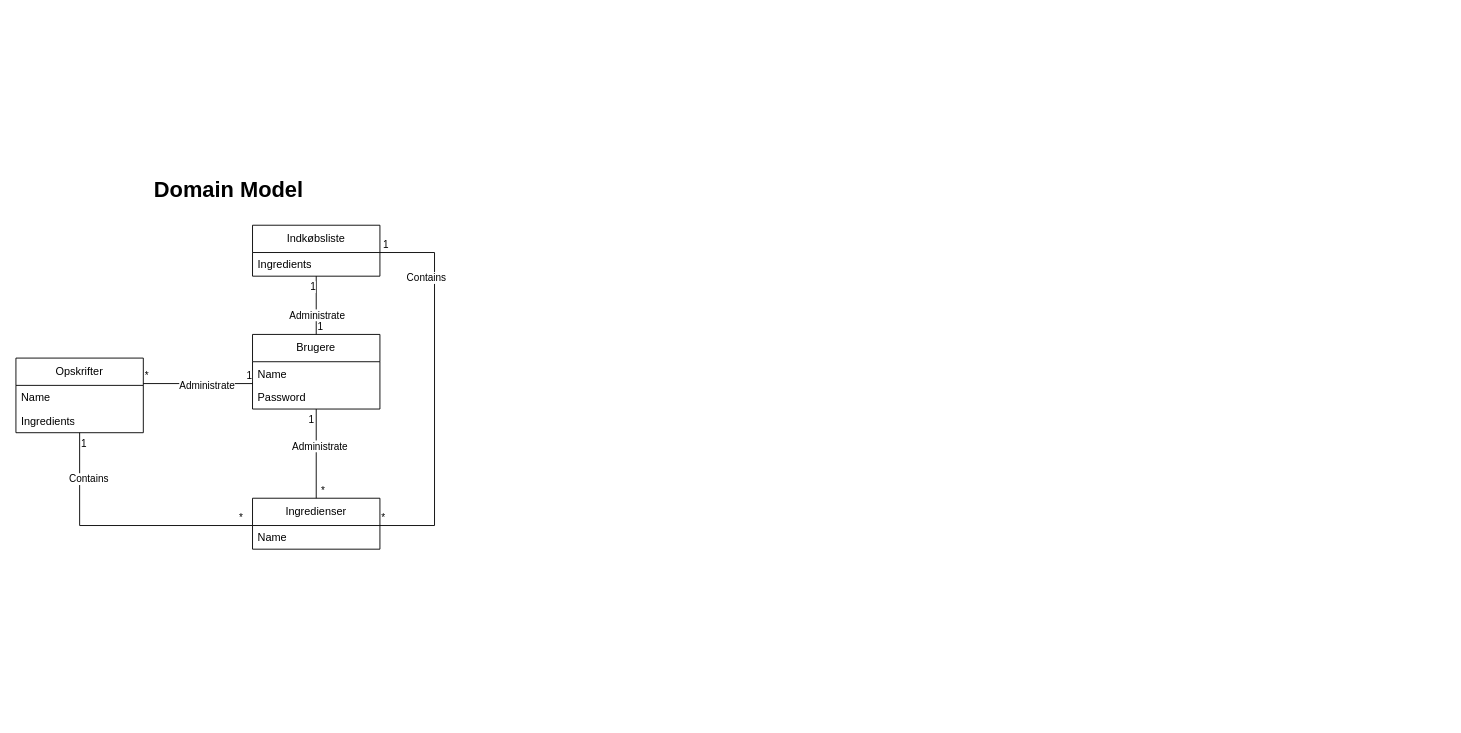
Earlier version of the draw.io diagram HandleLetDomain.drawio (JaisAndersen/HandleLet). Source tidied: cells renumbered, new cells numbered last; positions are measured from the earlier drawing's top-left corner, leaving out a move shared by most shapes. Both pictures are drawn from the tidied source at 91%, with x=0, y=0 at pixel (15, 170).
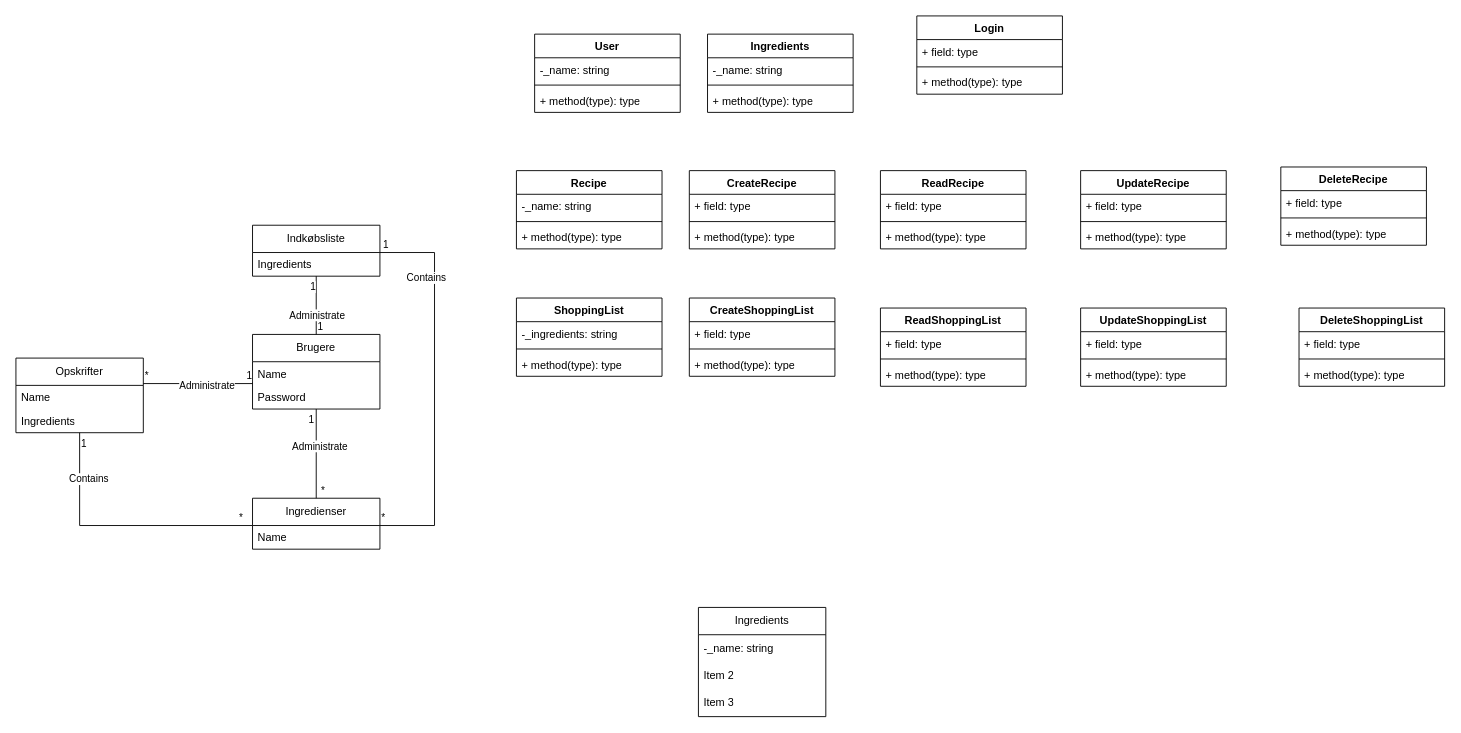
After the change.

What changed in the source:
```diff
@@
-    <mxCell id="32" value="&lt;h1 style=&quot;margin-top: 0px;&quot;&gt;Domain Model&lt;/h1&gt;" style="text;html=1;whiteSpace=wrap;overflow=hidden;rounded=0;" parent="1" vertex="1">
-      <mxGeometry x="150" width="180" height="50" as="geometry" />
-    </mxCell>
+    <mxCell id="33" value="Ingredients" style="swimlane;fontStyle=0;horizontal=1;startSize=30;whiteSpace=wrap;html=1;" parent="1" vertex="1">
+      <mxGeometry x="750" y="480" width="140" height="120" as="geometry" />
+    </mxCell>
+    <mxCell id="34" value="-_name: string" style="text;strokeColor=none;fillColor=none;align=left;verticalAlign=middle;spacingLeft=4;spacingRight=4;overflow=hidden;whiteSpace=wrap;html=1;" parent="33" vertex="1">
+      <mxGeometry y="30" width="140" height="30" as="geometry" />
+    </mxCell>
+    <mxCell id="35" value="Item 2" style="text;strokeColor=none;fillColor=none;align=left;verticalAlign=middle;spacingLeft=4;spacingRight=4;overflow=hidden;whiteSpace=wrap;html=1;" parent="33" vertex="1">
+      <mxGeometry y="60" width="140" height="30" as="geometry" />
+    </mxCell>
+    <mxCell id="36" value="Item 3" style="text;strokeColor=none;fillColor=none;align=left;verticalAlign=middle;spacingLeft=4;spacingRight=4;overflow=hidden;whiteSpace=wrap;html=1;" parent="33" vertex="1">
+      <mxGeometry y="90" width="140" height="30" as="geometry" />
+    </mxCell>
+    <mxCell id="37" value="CreateRecipe" style="swimlane;fontStyle=1;align=center;verticalAlign=top;horizontal=1;startSize=26;whiteSpace=wrap;html=1;" parent="1" vertex="1">
+      <mxGeometry x="740" width="160" height="86" as="geometry" />
+    </mxCell>
+    <mxCell id="38" value="+ field: type" style="text;strokeColor=none;fillColor=none;align=left;verticalAlign=top;spacingLeft=4;spacingRight=4;overflow=hidden;whiteSpace=wrap;html=1;" parent="37" vertex="1">
+      <mxGeometry y="26" width="160" height="26" as="geometry" />
+    </mxCell>
+    <mxCell id="39" style="line;strokeWidth=1;fillColor=none;align=left;verticalAlign=middle;spacingTop=-1;spacingLeft=3;spacingRight=3;labelPosition=right;strokeColor=inherit;" parent="37" vertex="1">
+      <mxGeometry y="52" width="160" height="8" as="geometry" />
+    </mxCell>
+    <mxCell id="40" value="+ method(type): type" style="text;strokeColor=none;fillColor=none;align=left;verticalAlign=top;spacingLeft=4;spacingRight=4;overflow=hidden;whiteSpace=wrap;html=1;" parent="37" vertex="1">
+      <mxGeometry y="60" width="160" height="26" as="geometry" />
+    </mxCell>
+    <mxCell id="41" value="ReadRecipe" style="swimlane;fontStyle=1;align=center;verticalAlign=top;horizontal=1;startSize=26;whiteSpace=wrap;html=1;" parent="1" vertex="1">
+      <mxGeometry x="950" width="160" height="86" as="geometry" />
+    </mxCell>
+    <mxCell id="42" value="+ field: type" style="text;strokeColor=none;fillColor=none;align=left;verticalAlign=top;spacingLeft=4;spacingRight=4;overflow=hidden;whiteSpace=wrap;html=1;" parent="41" vertex="1">
+      <mxGeometry y="26" width="160" height="26" as="geometry" />
+    </mxCell>
+    <mxCell id="43" style="line;strokeWidth=1;fillColor=none;align=left;verticalAlign=middle;spacingTop=-1;spacingLeft=3;spacingRight=3;labelPosition=right;strokeColor=inherit;" parent="41" vertex="1">
+      <mxGeometry y="52" width="160" height="8" as="geometry" />
+    </mxCell>
+    <mxCell id="44" value="+ method(type): type" style="text;strokeColor=none;fillColor=none;align=left;verticalAlign=top;spacingLeft=4;spacingRight=4;overflow=hidden;whiteSpace=wrap;html=1;" parent="41" vertex="1">
+      <mxGeometry y="60" width="160" height="26" as="geometry" />
+    </mxCell>
+    <mxCell id="45" value="UpdateRecipe" style="swimlane;fontStyle=1;align=center;verticalAlign=top;horizontal=1;startSize=26;whiteSpace=wrap;html=1;" parent="1" vertex="1">
+      <mxGeometry x="1170" width="160" height="86" as="geometry" />
+    </mxCell>
+    <mxCell id="46" value="+ field: type" style="text;strokeColor=none;fillColor=none;align=left;verticalAlign=top;spacingLeft=4;spacingRight=4;overflow=hidden;whiteSpace=wrap;html=1;" parent="45" vertex="1">
+      <mxGeometry y="26" width="160" height="26" as="geometry" />
+    </mxCell>
+    <mxCell id="47" style="line;strokeWidth=1;fillColor=none;align=left;verticalAlign=middle;spacingTop=-1;spacingLeft=3;spacingRight=3;labelPosition=right;strokeColor=inherit;" parent="45" vertex="1">
+      <mxGeometry y="52" width="160" height="8" as="geometry" />
+    </mxCell>
+    <mxCell id="48" value="+ method(type): type" style="text;strokeColor=none;fillColor=none;align=left;verticalAlign=top;spacingLeft=4;spacingRight=4;overflow=hidden;whiteSpace=wrap;html=1;" parent="45" vertex="1">
+      <mxGeometry y="60" width="160" height="26" as="geometry" />
+    </mxCell>
+    <mxCell id="49" value="DeleteRecipe" style="swimlane;fontStyle=1;align=center;verticalAlign=top;horizontal=1;startSize=26;whiteSpace=wrap;html=1;" parent="1" vertex="1">
+      <mxGeometry x="1390" y="-4" width="160" height="86" as="geometry" />
+    </mxCell>
+    <mxCell id="50" value="+ field: type" style="text;strokeColor=none;fillColor=none;align=left;verticalAlign=top;spacingLeft=4;spacingRight=4;overflow=hidden;whiteSpace=wrap;html=1;" parent="49" vertex="1">
+      <mxGeometry y="26" width="160" height="26" as="geometry" />
+    </mxCell>
+    <mxCell id="51" style="line;strokeWidth=1;fillColor=none;align=left;verticalAlign=middle;spacingTop=-1;spacingLeft=3;spacingRight=3;labelPosition=right;strokeColor=inherit;" parent="49" vertex="1">
+      <mxGeometry y="52" width="160" height="8" as="geometry" />
+    </mxCell>
+    <mxCell id="52" value="+ method(type): type" style="text;strokeColor=none;fillColor=none;align=left;verticalAlign=top;spacingLeft=4;spacingRight=4;overflow=hidden;whiteSpace=wrap;html=1;" parent="49" vertex="1">
+      <mxGeometry y="60" width="160" height="26" as="geometry" />
+    </mxCell>
+    <mxCell id="53" value="CreateShoppingList" style="swimlane;fontStyle=1;align=center;verticalAlign=top;horizontal=1;startSize=26;whiteSpace=wrap;html=1;" parent="1" vertex="1">
+      <mxGeometry x="740" y="140" width="160" height="86" as="geometry" />
+    </mxCell>
+    <mxCell id="54" value="+ field: type" style="text;strokeColor=none;fillColor=none;align=left;verticalAlign=top;spacingLeft=4;spacingRight=4;overflow=hidden;whiteSpace=wrap;html=1;" parent="53" vertex="1">
+      <mxGeometry y="26" width="160" height="26" as="geometry" />
+    </mxCell>
+    <mxCell id="55" style="line;strokeWidth=1;fillColor=none;align=left;verticalAlign=middle;spacingTop=-1;spacingLeft=3;spacingRight=3;labelPosition=right;strokeColor=inherit;" parent="53" vertex="1">
+      <mxGeometry y="52" width="160" height="8" as="geometry" />
+    </mxCell>
+    <mxCell id="56" value="+ method(type): type" style="text;strokeColor=none;fillColor=none;align=left;verticalAlign=top;spacingLeft=4;spacingRight=4;overflow=hidden;whiteSpace=wrap;html=1;" parent="53" vertex="1">
+      <mxGeometry y="60" width="160" height="26" as="geometry" />
+    </mxCell>
+    <mxCell id="57" value="ReadShoppingList" style="swimlane;fontStyle=1;align=center;verticalAlign=top;horizontal=1;startSize=26;whiteSpace=wrap;html=1;" parent="1" vertex="1">
+      <mxGeometry x="950" y="151" width="160" height="86" as="geometry" />
+    </mxCell>
+    <mxCell id="58" value="+ field: type" style="text;strokeColor=none;fillColor=none;align=left;verticalAlign=top;spacingLeft=4;spacingRight=4;overflow=hidden;whiteSpace=wrap;html=1;" parent="57" vertex="1">
+      <mxGeometry y="26" width="160" height="26" as="geometry" />
+    </mxCell>
+    <mxCell id="59" style="line;strokeWidth=1;fillColor=none;align=left;verticalAlign=middle;spacingTop=-1;spacingLeft=3;spacingRight=3;labelPosition=right;strokeColor=inherit;" parent="57" vertex="1">
+      <mxGeometry y="52" width="160" height="8" as="geometry" />
+    </mxCell>
+    <mxCell id="60" value="+ method(type): type" style="text;strokeColor=none;fillColor=none;align=left;verticalAlign=top;spacingLeft=4;spacingRight=4;overflow=hidden;whiteSpace=wrap;html=1;" parent="57" vertex="1">
+      <mxGeometry y="60" width="160" height="26" as="geometry" />
+    </mxCell>
+    <mxCell id="61" value="UpdateShoppingList" style="swimlane;fontStyle=1;align=center;verticalAlign=top;horizontal=1;startSize=26;whiteSpace=wrap;html=1;" parent="1" vertex="1">
+      <mxGeometry x="1170" y="151" width="160" height="86" as="geometry" />
+    </mxCell>
+    <mxCell id="62" value="+ field: type" style="text;strokeColor=none;fillColor=none;align=left;verticalAlign=top;spacingLeft=4;spacingRight=4;overflow=hidden;whiteSpace=wrap;html=1;" parent="61" vertex="1">
+      <mxGeometry y="26" width="160" height="26" as="geometry" />
+    </mxCell>
+    <mxCell id="63" style="line;strokeWidth=1;fillColor=none;align=left;verticalAlign=middle;spacingTop=-1;spacingLeft=3;spacingRight=3;labelPosition=right;strokeColor=inherit;" parent="61" vertex="1">
+      <mxGeometry y="52" width="160" height="8" as="geometry" />
+    </mxCell>
+    <mxCell id="64" value="+ method(type): type" style="text;strokeColor=none;fillColor=none;align=left;verticalAlign=top;spacingLeft=4;spacingRight=4;overflow=hidden;whiteSpace=wrap;html=1;" parent="61" vertex="1">
+      <mxGeometry y="60" width="160" height="26" as="geometry" />
+    </mxCell>
+    <mxCell id="65" value="DeleteShoppingList" style="swimlane;fontStyle=1;align=center;verticalAlign=top;horizontal=1;startSize=26;whiteSpace=wrap;html=1;" parent="1" vertex="1">
+      <mxGeometry x="1410" y="151" width="160" height="86" as="geometry" />
+    </mxCell>
+    <mxCell id="66" value="+ field: type" style="text;strokeColor=none;fillColor=none;align=left;verticalAlign=top;spacingLeft=4;spacingRight=4;overflow=hidden;whiteSpace=wrap;html=1;" parent="65" vertex="1">
+      <mxGeometry y="26" width="160" height="26" as="geometry" />
+    </mxCell>
+    <mxCell id="67" style="line;strokeWidth=1;fillColor=none;align=left;verticalAlign=middle;spacingTop=-1;spacingLeft=3;spacingRight=3;labelPosition=right;strokeColor=inherit;" parent="65" vertex="1">
+      <mxGeometry y="52" width="160" height="8" as="geometry" />
+    </mxCell>
+    <mxCell id="68" value="+ method(type): type" style="text;strokeColor=none;fillColor=none;align=left;verticalAlign=top;spacingLeft=4;spacingRight=4;overflow=hidden;whiteSpace=wrap;html=1;" parent="65" vertex="1">
+      <mxGeometry y="60" width="160" height="26" as="geometry" />
+    </mxCell>
+    <mxCell id="69" value="User" style="swimlane;fontStyle=1;align=center;verticalAlign=top;horizontal=1;startSize=26;whiteSpace=wrap;html=1;" parent="1" vertex="1">
+      <mxGeometry x="570" y="-150" width="160" height="86" as="geometry" />
+    </mxCell>
+    <mxCell id="70" value="&lt;div&gt;-_name: string&lt;/div&gt;&lt;div&gt;&lt;br&gt;&lt;/div&gt;" style="text;strokeColor=none;fillColor=none;align=left;verticalAlign=top;spacingLeft=4;spacingRight=4;overflow=hidden;whiteSpace=wrap;html=1;" parent="69" vertex="1">
+      <mxGeometry y="26" width="160" height="26" as="geometry" />
+    </mxCell>
+    <mxCell id="71" style="line;strokeWidth=1;fillColor=none;align=left;verticalAlign=middle;spacingTop=-1;spacingLeft=3;spacingRight=3;labelPosition=right;strokeColor=inherit;" parent="69" vertex="1">
+      <mxGeometry y="52" width="160" height="8" as="geometry" />
+    </mxCell>
+    <mxCell id="72" value="+ method(type): type" style="text;strokeColor=none;fillColor=none;align=left;verticalAlign=top;spacingLeft=4;spacingRight=4;overflow=hidden;whiteSpace=wrap;html=1;" parent="69" vertex="1">
+      <mxGeometry y="60" width="160" height="26" as="geometry" />
+    </mxCell>
+    <mxCell id="73" value="Ingredients" style="swimlane;fontStyle=1;align=center;verticalAlign=top;horizontal=1;startSize=26;whiteSpace=wrap;html=1;" parent="1" vertex="1">
+      <mxGeometry x="760" y="-150" width="160" height="86" as="geometry" />
+    </mxCell>
+    <mxCell id="74" value="-_name: string" style="text;strokeColor=none;fillColor=none;align=left;verticalAlign=top;spacingLeft=4;spacingRight=4;overflow=hidden;whiteSpace=wrap;html=1;" parent="73" vertex="1">
+      <mxGeometry y="26" width="160" height="26" as="geometry" />
+    </mxCell>
+    <mxCell id="75" style="line;strokeWidth=1;fillColor=none;align=left;verticalAlign=middle;spacingTop=-1;spacingLeft=3;spacingRight=3;labelPosition=right;strokeColor=inherit;" parent="73" vertex="1">
+      <mxGeometry y="52" width="160" height="8" as="geometry" />
+    </mxCell>
+    <mxCell id="76" value="+ method(type): type" style="text;strokeColor=none;fillColor=none;align=left;verticalAlign=top;spacingLeft=4;spacingRight=4;overflow=hidden;whiteSpace=wrap;html=1;" parent="73" vertex="1">
+      <mxGeometry y="60" width="160" height="26" as="geometry" />
+    </mxCell>
+    <mxCell id="77" value="ShoppingList" style="swimlane;fontStyle=1;align=center;verticalAlign=top;horizontal=1;startSize=26;whiteSpace=wrap;html=1;" parent="1" vertex="1">
+      <mxGeometry x="550" y="140" width="160" height="86" as="geometry" />
+    </mxCell>
+    <mxCell id="78" value="-_ingredients: string" style="text;strokeColor=none;fillColor=none;align=left;verticalAlign=top;spacingLeft=4;spacingRight=4;overflow=hidden;whiteSpace=wrap;html=1;" parent="77" vertex="1">
+      <mxGeometry y="26" width="160" height="26" as="geometry" />
+    </mxCell>
+    <mxCell id="79" style="line;strokeWidth=1;fillColor=none;align=left;verticalAlign=middle;spacingTop=-1;spacingLeft=3;spacingRight=3;labelPosition=right;strokeColor=inherit;" parent="77" vertex="1">
+      <mxGeometry y="52" width="160" height="8" as="geometry" />
+    </mxCell>
+    <mxCell id="80" value="+ method(type): type" style="text;strokeColor=none;fillColor=none;align=left;verticalAlign=top;spacingLeft=4;spacingRight=4;overflow=hidden;whiteSpace=wrap;html=1;" parent="77" vertex="1">
+      <mxGeometry y="60" width="160" height="26" as="geometry" />
+    </mxCell>
+    <mxCell id="81" value="Recipe" style="swimlane;fontStyle=1;align=center;verticalAlign=top;horizontal=1;startSize=26;whiteSpace=wrap;html=1;" parent="1" vertex="1">
+      <mxGeometry x="550" width="160" height="86" as="geometry" />
+    </mxCell>
+    <mxCell id="82" value="-_name: string" style="text;strokeColor=none;fillColor=none;align=left;verticalAlign=top;spacingLeft=4;spacingRight=4;overflow=hidden;whiteSpace=wrap;html=1;" parent="81" vertex="1">
+      <mxGeometry y="26" width="160" height="26" as="geometry" />
+    </mxCell>
+    <mxCell id="83" style="line;strokeWidth=1;fillColor=none;align=left;verticalAlign=middle;spacingTop=-1;spacingLeft=3;spacingRight=3;labelPosition=right;strokeColor=inherit;" parent="81" vertex="1">
+      <mxGeometry y="52" width="160" height="8" as="geometry" />
+    </mxCell>
+    <mxCell id="84" value="+ method(type): type" style="text;strokeColor=none;fillColor=none;align=left;verticalAlign=top;spacingLeft=4;spacingRight=4;overflow=hidden;whiteSpace=wrap;html=1;" parent="81" vertex="1">
+      <mxGeometry y="60" width="160" height="26" as="geometry" />
+    </mxCell>
+    <mxCell id="85" value="Login" style="swimlane;fontStyle=1;align=center;verticalAlign=top;horizontal=1;startSize=26;whiteSpace=wrap;html=1;" parent="1" vertex="1">
+      <mxGeometry x="990" y="-170" width="160" height="86" as="geometry" />
+    </mxCell>
+    <mxCell id="86" value="+ field: type" style="text;strokeColor=none;fillColor=none;align=left;verticalAlign=top;spacingLeft=4;spacingRight=4;overflow=hidden;whiteSpace=wrap;html=1;" parent="85" vertex="1">
+      <mxGeometry y="26" width="160" height="26" as="geometry" />
+    </mxCell>
+    <mxCell id="87" style="line;strokeWidth=1;fillColor=none;align=left;verticalAlign=middle;spacingTop=-1;spacingLeft=3;spacingRight=3;labelPosition=right;strokeColor=inherit;" parent="85" vertex="1">
+      <mxGeometry y="52" width="160" height="8" as="geometry" />
+    </mxCell>
+    <mxCell id="88" value="+ method(type): type" style="text;strokeColor=none;fillColor=none;align=left;verticalAlign=top;spacingLeft=4;spacingRight=4;overflow=hidden;whiteSpace=wrap;html=1;" parent="85" vertex="1">
+      <mxGeometry y="60" width="160" height="26" as="geometry" />
+    </mxCell>
```
